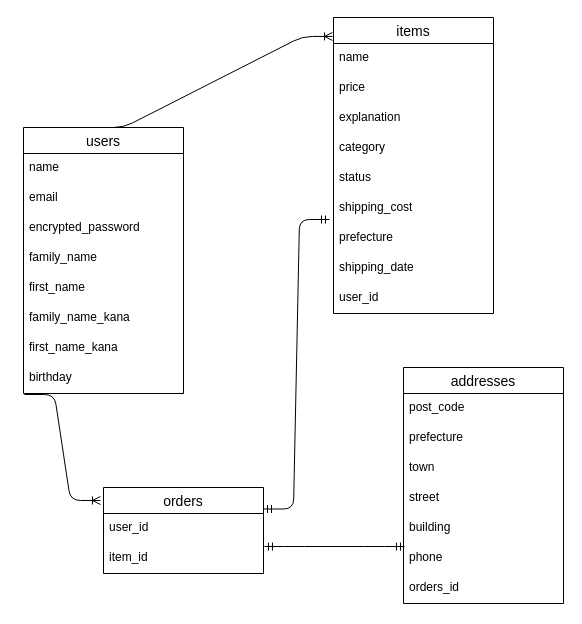
The draw.io diagram er.dio in hachi0109/furima-46825, before the edit. Source tidied: cells renumbered, new cells numbered last; positions are measured from the earlier drawing's top-left corner, leaving out a move shared by most shapes. Both pictures are drawn from the tidied source at 100%, with x=0, y=0 at pixel (-37, -23).
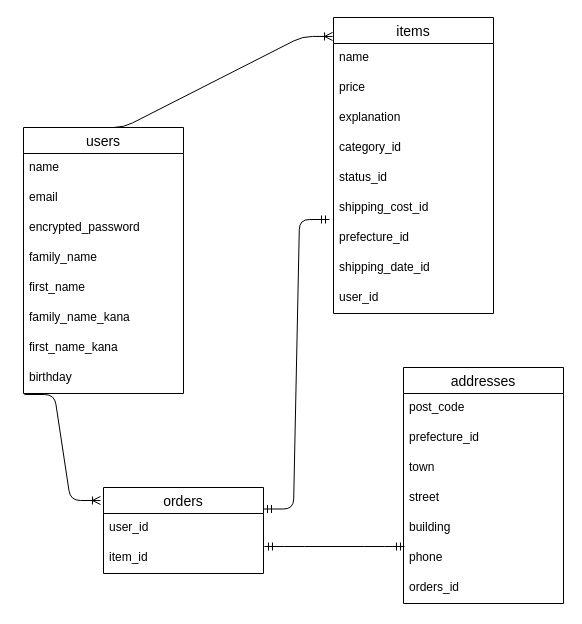
Above is the later version.

Commit message (it also covers changes not shown here):
カラム名の修正

Unchanged cells that the change refers to:
```xml
<mxCell id="11" value="items" style="swimlane;fontStyle=0;horizontal=1;startSize=26;align=center;fontSize=14;" parent="1" vertex="1">
  <mxGeometry x="370" y="40" width="160" height="296" as="geometry" />
</mxCell>
<mxCell id="24" value="addresses" style="swimlane;fontStyle=0;horizontal=1;startSize=26;align=center;fontSize=14;" parent="1" vertex="1">
  <mxGeometry x="440" y="390" width="160" height="236" as="geometry" />
</mxCell>
```

The edit, as a diff of the source:
```diff
@@
-    <mxCell id="15" value="category" style="text;strokeColor=none;fillColor=none;spacingLeft=4;spacingRight=4;overflow=hidden;fontSize=12;whiteSpace=wrap;html=1;" parent="11" vertex="1">
+    <mxCell id="15" value="category_id" style="text;strokeColor=none;fillColor=none;spacingLeft=4;spacingRight=4;overflow=hidden;fontSize=12;whiteSpace=wrap;html=1;" parent="11" vertex="1">
       <mxGeometry y="116" width="160" height="30" as="geometry" />
     </mxCell>
-    <mxCell id="16" value="status" style="text;strokeColor=none;fillColor=none;spacingLeft=4;spacingRight=4;overflow=hidden;fontSize=12;whiteSpace=wrap;html=1;" parent="11" vertex="1">
+    <mxCell id="16" value="status_id" style="text;strokeColor=none;fillColor=none;spacingLeft=4;spacingRight=4;overflow=hidden;fontSize=12;whiteSpace=wrap;html=1;" parent="11" vertex="1">
       <mxGeometry y="146" width="160" height="30" as="geometry" />
     </mxCell>
-    <mxCell id="17" value="shipping_cost" style="text;strokeColor=none;fillColor=none;spacingLeft=4;spacingRight=4;overflow=hidden;points=[[0,0.5],[1,0.5]];portConstraint=eastwest;fontSize=12;whiteSpace=wrap;html=1;" parent="11" vertex="1">
+    <mxCell id="17" value="shipping_cost&lt;span style=&quot;color: rgb(0, 0, 0);&quot;&gt;_id&lt;/span&gt;" style="text;strokeColor=none;fillColor=none;spacingLeft=4;spacingRight=4;overflow=hidden;points=[[0,0.5],[1,0.5]];portConstraint=eastwest;fontSize=12;whiteSpace=wrap;html=1;" parent="11" vertex="1">
       <mxGeometry y="176" width="160" height="30" as="geometry" />
     </mxCell>
-    <mxCell id="18" value="prefecture" style="text;strokeColor=none;fillColor=none;spacingLeft=4;spacingRight=4;overflow=hidden;fontSize=12;whiteSpace=wrap;html=1;" parent="11" vertex="1">
+    <mxCell id="18" value="prefecture&lt;span style=&quot;color: rgb(0, 0, 0);&quot;&gt;_id&lt;/span&gt;" style="text;strokeColor=none;fillColor=none;spacingLeft=4;spacingRight=4;overflow=hidden;fontSize=12;whiteSpace=wrap;html=1;" parent="11" vertex="1">
       <mxGeometry y="206" width="160" height="30" as="geometry" />
     </mxCell>
-    <mxCell id="19" value="shipping_date" style="text;strokeColor=none;fillColor=none;spacingLeft=4;spacingRight=4;overflow=hidden;fontSize=12;whiteSpace=wrap;html=1;" parent="11" vertex="1">
+    <mxCell id="19" value="shipping_date&lt;span style=&quot;color: rgb(0, 0, 0);&quot;&gt;_id&lt;/span&gt;" style="text;strokeColor=none;fillColor=none;spacingLeft=4;spacingRight=4;overflow=hidden;fontSize=12;whiteSpace=wrap;html=1;" parent="11" vertex="1">
       <mxGeometry y="236" width="160" height="30" as="geometry" />
     </mxCell>
@@
-    <mxCell id="26" value="prefecture" style="text;strokeColor=none;fillColor=none;spacingLeft=4;spacingRight=4;overflow=hidden;fontSize=12;whiteSpace=wrap;html=1;" parent="24" vertex="1">
+    <mxCell id="26" value="prefecture&lt;span style=&quot;color: rgb(0, 0, 0);&quot;&gt;_id&lt;/span&gt;" style="text;strokeColor=none;fillColor=none;spacingLeft=4;spacingRight=4;overflow=hidden;fontSize=12;whiteSpace=wrap;html=1;" parent="24" vertex="1">
       <mxGeometry y="56" width="160" height="30" as="geometry" />
     </mxCell>
```
